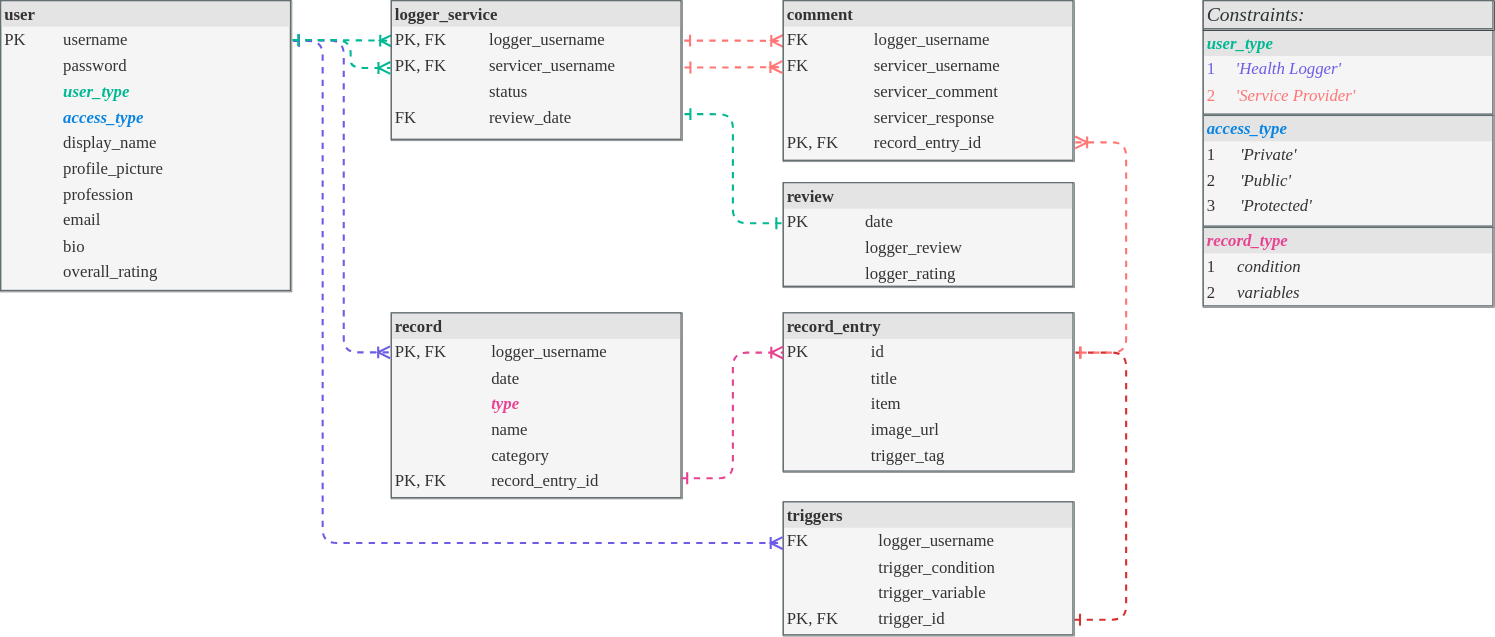
Before: diagrams/database/database_tables_relationships.drawio.svg, a diagram exported from draw.io (mervin-njy/trigg-track-v2). Source tidied: cells renumbered, new cells last; positions are measured from the earlier drawing's top-left corner, leaving out a move shared by most shapes.
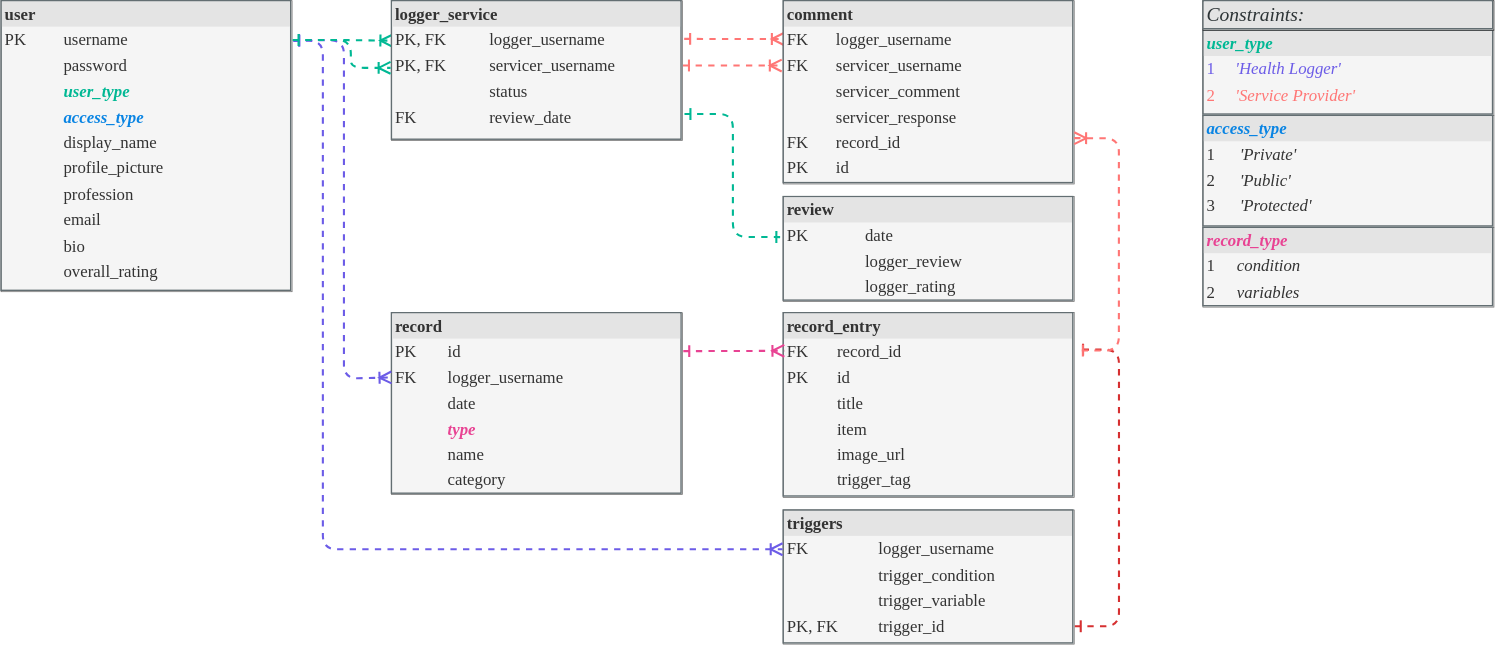
Above is the later version.

Commit message:
update rs table for DELETE CASCADE

Diff of the diagram source:
```diff
@@ -13,61 +13,65 @@
       </mxGeometry>
     </mxCell>
     <mxCell id="4" value="&lt;div style=&quot;box-sizing: border-box ; width: 100% ; background: #e4e4e4 ; padding: 2px&quot;&gt;&lt;b&gt;review&lt;/b&gt;&lt;/div&gt;&lt;table style=&quot;width: 100% ; font-size: 1em&quot; cellpadding=&quot;2&quot; cellspacing=&quot;0&quot;&gt;&lt;tbody&gt;&lt;tr&gt;&lt;td&gt;PK&lt;/td&gt;&lt;td&gt;&lt;br&gt;&lt;/td&gt;&lt;td&gt;&lt;br&gt;&lt;/td&gt;&lt;td&gt;date&lt;/td&gt;&lt;/tr&gt;&lt;tr&gt;&lt;td&gt;&lt;br&gt;&lt;/td&gt;&lt;td&gt;&lt;br&gt;&lt;/td&gt;&lt;td&gt;&lt;br&gt;&lt;/td&gt;&lt;td&gt;logger_review&lt;br&gt;&lt;/td&gt;&lt;/tr&gt;&lt;tr&gt;&lt;td&gt;&lt;/td&gt;&lt;td&gt;&lt;br&gt;&lt;/td&gt;&lt;td&gt;&lt;br&gt;&lt;/td&gt;&lt;td&gt;logger_rating&lt;/td&gt;&lt;/tr&gt;&lt;/tbody&gt;&lt;/table&gt;" style="verticalAlign=top;align=left;overflow=fill;html=1;rounded=0;shadow=0;comic=0;labelBackgroundColor=none;strokeWidth=0.5;fontFamily=Verdana;fontSize=12;fillColor=#f5f5f5;strokeColor=#666666;fontColor=#333333;labelBorderColor=#636e72;" parent="1" vertex="1">
-      <mxGeometry x="559" y="130" width="208" height="75" as="geometry" />
+      <mxGeometry x="559" y="140" width="208" height="75" as="geometry" />
     </mxCell>
     <mxCell id="5" style="edgeStyle=orthogonalEdgeStyle;html=1;dashed=1;labelBackgroundColor=none;startArrow=ERone;endArrow=ERone;fontFamily=Verdana;fontSize=12;align=left;endFill=0;startFill=0;exitX=1.007;exitY=0.81;exitDx=0;exitDy=0;strokeColor=#00b894;strokeWidth=1.5;entryX=-0.003;entryY=0.386;entryDx=0;entryDy=0;entryPerimeter=0;exitPerimeter=0;" parent="1" edge="1" source="10" target="4">
       <mxGeometry relative="1" as="geometry" />
     </mxCell>
-    <mxCell id="6" value="&lt;div style=&quot;box-sizing: border-box ; width: 100% ; background: #e4e4e4 ; padding: 2px&quot;&gt;&lt;b&gt;record&lt;/b&gt;&lt;/div&gt;&lt;table style=&quot;width: 100% ; font-size: 1em&quot; cellpadding=&quot;2&quot; cellspacing=&quot;0&quot;&gt;&lt;tbody&gt;&lt;tr&gt;&lt;td&gt;PK, FK&lt;/td&gt;&lt;td&gt;&amp;nbsp; logger_username&lt;/td&gt;&lt;/tr&gt;&lt;tr&gt;&lt;td&gt;&lt;br&gt;&lt;/td&gt;&lt;td&gt;&amp;nbsp; date&lt;/td&gt;&lt;/tr&gt;&lt;tr&gt;&lt;td&gt;&lt;i&gt;&lt;b&gt;&lt;font color=&quot;#e84393&quot;&gt;&lt;br&gt;&lt;/font&gt;&lt;/b&gt;&lt;/i&gt;&lt;/td&gt;&lt;td&gt;&lt;i&gt;&lt;b&gt;&lt;font color=&quot;#e84393&quot;&gt;&amp;nbsp; type&lt;br&gt;&lt;/font&gt;&lt;/b&gt;&lt;/i&gt;&lt;/td&gt;&lt;/tr&gt;&lt;tr&gt;&lt;td&gt;&lt;br&gt;&lt;/td&gt;&lt;td&gt;&amp;nbsp; name&lt;/td&gt;&lt;/tr&gt;&lt;tr&gt;&lt;td&gt;&lt;br&gt;&lt;/td&gt;&lt;td&gt;&amp;nbsp; category&lt;/td&gt;&lt;/tr&gt;&lt;tr&gt;&lt;td&gt;PK, FK&lt;/td&gt;&lt;td&gt;&amp;nbsp; record_entry_id&lt;/td&gt;&lt;/tr&gt;&lt;/tbody&gt;&lt;/table&gt;" style="verticalAlign=top;align=left;overflow=fill;html=1;rounded=0;shadow=0;comic=0;labelBackgroundColor=none;strokeWidth=0.5;fontFamily=Verdana;fontSize=12;fillColor=#f5f5f5;strokeColor=#666666;fontColor=#333333;labelBorderColor=#636e72;" parent="1" vertex="1">
-      <mxGeometry x="279" y="223" width="208" height="132.9" as="geometry" />
+    <mxCell id="6" value="&lt;div style=&quot;box-sizing: border-box ; width: 100% ; background: #e4e4e4 ; padding: 2px&quot;&gt;&lt;b&gt;record&lt;/b&gt;&lt;/div&gt;&lt;table style=&quot;width: 100% ; font-size: 1em&quot; cellpadding=&quot;2&quot; cellspacing=&quot;0&quot;&gt;&lt;tbody&gt;&lt;tr&gt;&lt;td&gt;PK&lt;/td&gt;&lt;td&gt;id&lt;/td&gt;&lt;/tr&gt;&lt;tr&gt;&lt;td&gt;FK&lt;/td&gt;&lt;td&gt;logger_username&lt;/td&gt;&lt;/tr&gt;&lt;tr&gt;&lt;td&gt;&lt;br&gt;&lt;/td&gt;&lt;td&gt;date&lt;/td&gt;&lt;/tr&gt;&lt;tr&gt;&lt;td&gt;&lt;i&gt;&lt;b&gt;&lt;font color=&quot;#e84393&quot;&gt;&lt;br&gt;&lt;/font&gt;&lt;/b&gt;&lt;/i&gt;&lt;/td&gt;&lt;td&gt;&lt;i&gt;&lt;b&gt;&lt;font color=&quot;#e84393&quot;&gt;type&lt;br&gt;&lt;/font&gt;&lt;/b&gt;&lt;/i&gt;&lt;/td&gt;&lt;/tr&gt;&lt;tr&gt;&lt;td&gt;&lt;br&gt;&lt;/td&gt;&lt;td&gt;name&lt;/td&gt;&lt;/tr&gt;&lt;tr&gt;&lt;td&gt;&lt;br&gt;&lt;/td&gt;&lt;td&gt;category&lt;/td&gt;&lt;/tr&gt;&lt;/tbody&gt;&lt;/table&gt;" style="verticalAlign=top;align=left;overflow=fill;html=1;rounded=0;shadow=0;comic=0;labelBackgroundColor=none;strokeWidth=0.5;fontFamily=Verdana;fontSize=12;fillColor=#f5f5f5;strokeColor=#666666;fontColor=#333333;labelBorderColor=#636e72;" parent="1" vertex="1">
+      <mxGeometry x="279" y="223" width="208" height="130" as="geometry" />
     </mxCell>
-    <mxCell id="7" style="edgeStyle=elbowEdgeStyle;html=1;dashed=1;labelBackgroundColor=none;startArrow=ERone;endArrow=ERone;fontFamily=Verdana;fontSize=12;align=left;endFill=0;startFill=0;strokeColor=#d63031;strokeWidth=1.5;exitX=0.999;exitY=0.878;exitDx=0;exitDy=0;exitPerimeter=0;entryX=1;entryY=0.25;entryDx=0;entryDy=0;" parent="1" edge="1" source="9" target="14">
+    <mxCell id="7" style="edgeStyle=elbowEdgeStyle;html=1;dashed=1;labelBackgroundColor=none;startArrow=ERone;endArrow=ERone;fontFamily=Verdana;fontSize=12;align=left;endFill=0;startFill=0;strokeColor=#d63031;strokeWidth=1.5;entryX=1.01;entryY=0.201;entryDx=0;entryDy=0;entryPerimeter=0;exitX=1.002;exitY=0.867;exitDx=0;exitDy=0;exitPerimeter=0;" parent="1" edge="1" source="9" target="14">
       <mxGeometry relative="1" as="geometry">
         <Array as="points">
-          <mxPoint x="804" y="454" />
+          <mxPoint x="799" y="353" />
         </Array>
       </mxGeometry>
     </mxCell>
-    <mxCell id="8" style="edgeStyle=orthogonalEdgeStyle;html=1;dashed=1;labelBackgroundColor=none;startArrow=ERone;endArrow=ERoneToMany;fontFamily=Verdana;fontSize=12;align=left;endFill=0;startFill=0;strokeColor=#ff7675;strokeWidth=1.5;entryX=0;entryY=0.25;entryDx=0;entryDy=0;exitX=1.006;exitY=0.285;exitDx=0;exitDy=0;exitPerimeter=0;" parent="1" edge="1" source="10" target="13">
+    <mxCell id="8" style="edgeStyle=orthogonalEdgeStyle;html=1;dashed=1;labelBackgroundColor=none;startArrow=ERone;endArrow=ERoneToMany;fontFamily=Verdana;fontSize=12;align=left;endFill=0;startFill=0;strokeColor=#ff7675;strokeWidth=1.5;entryX=0.002;entryY=0.209;entryDx=0;entryDy=0;exitX=1.006;exitY=0.273;exitDx=0;exitDy=0;exitPerimeter=0;entryPerimeter=0;" parent="1" edge="1" source="10" target="13">
       <mxGeometry relative="1" as="geometry" />
     </mxCell>
     <mxCell id="9" value="&lt;div style=&quot;box-sizing: border-box ; width: 100% ; background: #e4e4e4 ; padding: 2px&quot;&gt;&lt;b&gt;triggers&lt;/b&gt;&lt;/div&gt;&lt;table style=&quot;width: 100% ; font-size: 1em&quot; cellpadding=&quot;2&quot; cellspacing=&quot;0&quot;&gt;&lt;tbody&gt;&lt;tr&gt;&lt;td&gt;FK&lt;/td&gt;&lt;td&gt;logger_username&lt;/td&gt;&lt;/tr&gt;&lt;tr&gt;&lt;td&gt;&lt;br&gt;&lt;/td&gt;&lt;td&gt;trigger_condition&lt;/td&gt;&lt;/tr&gt;&lt;tr&gt;&lt;td&gt;&lt;br&gt;&lt;/td&gt;&lt;td&gt;trigger_variable&lt;/td&gt;&lt;/tr&gt;&lt;tr&gt;&lt;td&gt;PK, FK&lt;/td&gt;&lt;td&gt;trigger_id&lt;/td&gt;&lt;/tr&gt;&lt;/tbody&gt;&lt;/table&gt;" style="verticalAlign=top;align=left;overflow=fill;html=1;rounded=0;shadow=0;comic=0;labelBackgroundColor=none;strokeWidth=0.5;fontFamily=Verdana;fontSize=12;fillColor=#f5f5f5;strokeColor=#666666;fontColor=#333333;labelBorderColor=#636e72;" parent="1" vertex="1">
-      <mxGeometry x="559" y="358" width="208" height="95.9" as="geometry" />
+      <mxGeometry x="559" y="364" width="208" height="95.9" as="geometry" />
     </mxCell>
     <mxCell id="10" value="&lt;div style=&quot;box-sizing: border-box ; width: 100% ; background: #e4e4e4 ; padding: 2px&quot;&gt;&lt;b&gt;logger_service&lt;/b&gt;&lt;/div&gt;&lt;table style=&quot;width: 100% ; font-size: 1em&quot; cellpadding=&quot;2&quot; cellspacing=&quot;0&quot;&gt;&lt;tbody&gt;&lt;tr&gt;&lt;td&gt;PK, FK&lt;/td&gt;&lt;td&gt;&amp;nbsp; &amp;nbsp;logger_username&lt;/td&gt;&lt;/tr&gt;&lt;tr&gt;&lt;td&gt;PK, FK&lt;/td&gt;&lt;td&gt;&amp;nbsp; &amp;nbsp;servicer_username&lt;/td&gt;&lt;/tr&gt;&lt;tr&gt;&lt;td&gt;&lt;br&gt;&lt;/td&gt;&lt;td&gt;&amp;nbsp; &amp;nbsp;status&lt;/td&gt;&lt;/tr&gt;&lt;tr&gt;&lt;td&gt;FK&lt;/td&gt;&lt;td&gt;&amp;nbsp; &amp;nbsp;review_date&lt;/td&gt;&lt;/tr&gt;&lt;tr&gt;&lt;td&gt;&lt;br&gt;&lt;/td&gt;&lt;td&gt;&amp;nbsp; &amp;nbsp;&lt;/td&gt;&lt;/tr&gt;&lt;/tbody&gt;&lt;/table&gt;" style="verticalAlign=top;align=left;overflow=fill;html=1;rounded=0;shadow=0;comic=0;labelBackgroundColor=none;strokeWidth=0.5;fontFamily=Verdana;fontSize=12;fillColor=#f5f5f5;strokeColor=#666666;fontColor=#333333;labelBorderColor=#636e72;" parent="1" vertex="1">
       <mxGeometry x="279" width="208" height="100" as="geometry" />
     </mxCell>
-    <mxCell id="11" style="edgeStyle=orthogonalEdgeStyle;html=1;dashed=1;labelBackgroundColor=none;startArrow=ERone;endArrow=ERoneToMany;fontFamily=Verdana;fontSize=12;align=left;endFill=0;startFill=0;strokeColor=#6c5ce7;strokeWidth=1.5;entryX=-0.004;entryY=0.212;entryDx=0;entryDy=0;entryPerimeter=0;exitX=1.004;exitY=0.136;exitDx=0;exitDy=0;exitPerimeter=0;" parent="1" edge="1" source="2" target="6">
+    <mxCell id="11" style="edgeStyle=orthogonalEdgeStyle;html=1;dashed=1;labelBackgroundColor=none;startArrow=ERone;endArrow=ERoneToMany;fontFamily=Verdana;fontSize=12;align=left;endFill=0;startFill=0;strokeColor=#6c5ce7;strokeWidth=1.5;exitX=1.004;exitY=0.136;exitDx=0;exitDy=0;exitPerimeter=0;entryX=0;entryY=0.356;entryDx=0;entryDy=0;entryPerimeter=0;" parent="1" edge="1" source="2" target="6">
       <mxGeometry relative="1" as="geometry">
         <Array as="points">
           <mxPoint x="245" y="28" />
-          <mxPoint x="245" y="251" />
+          <mxPoint x="245" y="270" />
+          <mxPoint x="246" y="270" />
+          <mxPoint x="279" y="269" />
         </Array>
       </mxGeometry>
     </mxCell>
-    <mxCell id="12" style="edgeStyle=orthogonalEdgeStyle;html=1;dashed=1;labelBackgroundColor=none;startArrow=ERone;endArrow=ERoneToMany;fontFamily=Verdana;fontSize=12;align=left;endFill=0;startFill=0;strokeColor=#6c5ce7;strokeWidth=1.5;exitX=1.004;exitY=0.138;exitDx=0;exitDy=0;exitPerimeter=0;entryX=-0.002;entryY=0.307;entryDx=0;entryDy=0;entryPerimeter=0;" parent="1" edge="1" source="2" target="9">
+    <mxCell id="12" style="edgeStyle=orthogonalEdgeStyle;html=1;dashed=1;labelBackgroundColor=none;startArrow=ERone;endArrow=ERoneToMany;fontFamily=Verdana;fontSize=12;align=left;endFill=0;startFill=0;strokeColor=#6c5ce7;strokeWidth=1.5;exitX=1.004;exitY=0.138;exitDx=0;exitDy=0;exitPerimeter=0;entryX=-0.002;entryY=0.289;entryDx=0;entryDy=0;entryPerimeter=0;" parent="1" edge="1" source="2" target="9">
       <mxGeometry relative="1" as="geometry">
         <Array as="points">
           <mxPoint x="230" y="29" />
-          <mxPoint x="230" y="387" />
+          <mxPoint x="230" y="392" />
+          <mxPoint x="559" y="392" />
         </Array>
       </mxGeometry>
     </mxCell>
-    <mxCell id="13" value="&lt;div style=&quot;box-sizing: border-box ; width: 100% ; background: #e4e4e4 ; padding: 2px&quot;&gt;&lt;b&gt;comment&lt;/b&gt;&lt;/div&gt;&lt;table style=&quot;width: 100% ; font-size: 1em&quot; cellpadding=&quot;2&quot; cellspacing=&quot;0&quot;&gt;&lt;tbody&gt;&lt;tr&gt;&lt;td&gt;FK&lt;/td&gt;&lt;td&gt;logger_username&lt;/td&gt;&lt;/tr&gt;&lt;tr&gt;&lt;td&gt;FK&lt;/td&gt;&lt;td&gt;servicer_username&lt;/td&gt;&lt;/tr&gt;&lt;tr&gt;&lt;td&gt;&lt;br&gt;&lt;/td&gt;&lt;td&gt;servicer_comment&lt;/td&gt;&lt;/tr&gt;&lt;tr&gt;&lt;td&gt;&lt;br&gt;&lt;/td&gt;&lt;td&gt;servicer_response&lt;br&gt;&lt;/td&gt;&lt;/tr&gt;&lt;tr&gt;&lt;td&gt;PK, FK&lt;/td&gt;&lt;td&gt;record_entry_id&lt;/td&gt;&lt;/tr&gt;&lt;/tbody&gt;&lt;/table&gt;" style="verticalAlign=top;align=left;overflow=fill;html=1;rounded=0;shadow=0;comic=0;labelBackgroundColor=none;strokeWidth=0.5;fontFamily=Verdana;fontSize=12;fillColor=#f5f5f5;strokeColor=#666666;fontColor=#333333;labelBorderColor=#636e72;" parent="1" vertex="1">
-      <mxGeometry x="559" width="208" height="115" as="geometry" />
+    <mxCell id="13" value="&lt;div style=&quot;box-sizing: border-box ; width: 100% ; background: #e4e4e4 ; padding: 2px&quot;&gt;&lt;b&gt;comment&lt;/b&gt;&lt;/div&gt;&lt;table style=&quot;width: 100% ; font-size: 1em&quot; cellpadding=&quot;2&quot; cellspacing=&quot;0&quot;&gt;&lt;tbody&gt;&lt;tr&gt;&lt;td&gt;FK&lt;/td&gt;&lt;td&gt;logger_username&lt;/td&gt;&lt;/tr&gt;&lt;tr&gt;&lt;td&gt;FK&lt;/td&gt;&lt;td&gt;servicer_username&lt;/td&gt;&lt;/tr&gt;&lt;tr&gt;&lt;td&gt;&lt;br&gt;&lt;/td&gt;&lt;td&gt;servicer_comment&lt;/td&gt;&lt;/tr&gt;&lt;tr&gt;&lt;td&gt;&lt;br&gt;&lt;/td&gt;&lt;td&gt;servicer_response&lt;br&gt;&lt;/td&gt;&lt;/tr&gt;&lt;tr&gt;&lt;td&gt;FK&lt;/td&gt;&lt;td&gt;record_id&lt;/td&gt;&lt;/tr&gt;&lt;tr&gt;&lt;td&gt;PK&lt;/td&gt;&lt;td&gt;id&lt;/td&gt;&lt;/tr&gt;&lt;/tbody&gt;&lt;/table&gt;" style="verticalAlign=top;align=left;overflow=fill;html=1;rounded=0;shadow=0;comic=0;labelBackgroundColor=none;strokeWidth=0.5;fontFamily=Verdana;fontSize=12;fillColor=#f5f5f5;strokeColor=#666666;fontColor=#333333;labelBorderColor=#636e72;" parent="1" vertex="1">
+      <mxGeometry x="559" width="208" height="131" as="geometry" />
     </mxCell>
-    <mxCell id="14" value="&lt;div style=&quot;box-sizing: border-box ; width: 100% ; background: #e4e4e4 ; padding: 2px&quot;&gt;&lt;b&gt;record_entry&lt;/b&gt;&lt;/div&gt;&lt;table style=&quot;width: 100% ; font-size: 1em&quot; cellpadding=&quot;2&quot; cellspacing=&quot;0&quot;&gt;&lt;tbody&gt;&lt;tr&gt;&lt;td&gt;PK&lt;/td&gt;&lt;td&gt;&lt;br&gt;&lt;/td&gt;&lt;td&gt;id&lt;/td&gt;&lt;/tr&gt;&lt;tr&gt;&lt;td&gt;&lt;br&gt;&lt;/td&gt;&lt;td&gt;&lt;br&gt;&lt;/td&gt;&lt;td&gt;title&lt;/td&gt;&lt;/tr&gt;&lt;tr&gt;&lt;td&gt;&lt;br&gt;&lt;/td&gt;&lt;td&gt;&lt;br&gt;&lt;/td&gt;&lt;td&gt;item&lt;br&gt;&lt;/td&gt;&lt;/tr&gt;&lt;tr&gt;&lt;td&gt;&lt;/td&gt;&lt;td&gt;&lt;br&gt;&lt;/td&gt;&lt;td&gt;image_url&lt;/td&gt;&lt;/tr&gt;&lt;tr&gt;&lt;td&gt;&lt;br&gt;&lt;/td&gt;&lt;td&gt;&lt;br&gt;&lt;/td&gt;&lt;td&gt;trigger_tag&lt;/td&gt;&lt;/tr&gt;&lt;/tbody&gt;&lt;/table&gt;" style="verticalAlign=top;align=left;overflow=fill;html=1;rounded=0;shadow=0;comic=0;labelBackgroundColor=none;strokeWidth=0.5;fontFamily=Verdana;fontSize=12;fillColor=#f5f5f5;strokeColor=#666666;fontColor=#333333;labelBorderColor=#636e72;" parent="1" vertex="1">
-      <mxGeometry x="559" y="222.9" width="208" height="114" as="geometry" />
+    <mxCell id="14" value="&lt;div style=&quot;box-sizing: border-box ; width: 100% ; background: #e4e4e4 ; padding: 2px&quot;&gt;&lt;b&gt;record_entry&lt;/b&gt;&lt;/div&gt;&lt;table style=&quot;width: 100% ; font-size: 1em&quot; cellpadding=&quot;2&quot; cellspacing=&quot;0&quot;&gt;&lt;tbody&gt;&lt;tr&gt;&lt;td&gt;FK&lt;/td&gt;&lt;td&gt;record_id&lt;/td&gt;&lt;/tr&gt;&lt;tr&gt;&lt;td&gt;PK&lt;/td&gt;&lt;td&gt;id&lt;/td&gt;&lt;/tr&gt;&lt;tr&gt;&lt;td&gt;&lt;br&gt;&lt;/td&gt;&lt;td&gt;title&lt;/td&gt;&lt;/tr&gt;&lt;tr&gt;&lt;td&gt;&lt;br&gt;&lt;/td&gt;&lt;td&gt;item&lt;br&gt;&lt;/td&gt;&lt;/tr&gt;&lt;tr&gt;&lt;td&gt;&lt;/td&gt;&lt;td&gt;image_url&amp;nbsp; &amp;nbsp; &amp;nbsp; &amp;nbsp; &amp;nbsp; &amp;nbsp; &amp;nbsp;&lt;/td&gt;&lt;/tr&gt;&lt;tr&gt;&lt;td&gt;&lt;br&gt;&lt;/td&gt;&lt;td&gt;trigger_tag&lt;/td&gt;&lt;/tr&gt;&lt;/tbody&gt;&lt;/table&gt;" style="verticalAlign=top;align=left;overflow=fill;html=1;rounded=0;shadow=0;comic=0;labelBackgroundColor=none;strokeWidth=0.5;fontFamily=Verdana;fontSize=12;fillColor=#f5f5f5;strokeColor=#666666;fontColor=#333333;labelBorderColor=#636e72;" parent="1" vertex="1">
+      <mxGeometry x="559" y="222.9" width="208" height="132.1" as="geometry" />
     </mxCell>
-    <mxCell id="15" style="edgeStyle=orthogonalEdgeStyle;html=1;dashed=1;labelBackgroundColor=none;startArrow=ERoneToMany;endArrow=ERone;fontFamily=Verdana;fontSize=12;align=left;endFill=0;startFill=0;strokeColor=#FF7675;strokeWidth=1.5;exitX=1.003;exitY=0.88;exitDx=0;exitDy=0;exitPerimeter=0;entryX=1;entryY=0.25;entryDx=0;entryDy=0;" parent="1" edge="1" source="13" target="14">
+    <mxCell id="15" style="edgeStyle=orthogonalEdgeStyle;html=1;dashed=1;labelBackgroundColor=none;startArrow=ERoneToMany;endArrow=ERone;fontFamily=Verdana;fontSize=12;align=left;endFill=0;startFill=0;strokeColor=#FF7675;strokeWidth=1.5;exitX=1;exitY=0.75;exitDx=0;exitDy=0;entryX=1.009;entryY=0.203;entryDx=0;entryDy=0;entryPerimeter=0;" parent="1" edge="1" source="13" target="14">
       <mxGeometry relative="1" as="geometry">
         <Array as="points">
-          <mxPoint x="804" y="101" />
-          <mxPoint x="804" y="251" />
+          <mxPoint x="799" y="98" />
+          <mxPoint x="799" y="250" />
+          <mxPoint x="769" y="250" />
         </Array>
       </mxGeometry>
     </mxCell>
-    <mxCell id="16" style="edgeStyle=orthogonalEdgeStyle;html=1;dashed=1;labelBackgroundColor=none;startArrow=ERone;endArrow=ERoneToMany;fontFamily=Verdana;fontSize=12;align=left;endFill=0;startFill=0;strokeColor=#E84393;strokeWidth=1.5;exitX=0.996;exitY=0.889;exitDx=0;exitDy=0;exitPerimeter=0;entryX=0;entryY=0.25;entryDx=0;entryDy=0;" parent="1" edge="1" source="6" target="14">
+    <mxCell id="16" style="edgeStyle=orthogonalEdgeStyle;html=1;dashed=1;labelBackgroundColor=none;startArrow=ERone;endArrow=ERoneToMany;fontFamily=Verdana;fontSize=12;align=left;endFill=0;startFill=0;strokeColor=#E84393;strokeWidth=1.5;exitX=1.003;exitY=0.211;exitDx=0;exitDy=0;exitPerimeter=0;entryX=0.004;entryY=0.207;entryDx=0;entryDy=0;entryPerimeter=0;" parent="1" edge="1" source="6" target="14">
       <mxGeometry relative="1" as="geometry" />
     </mxCell>
     <mxCell id="17" value="&lt;div style=&quot;box-sizing: border-box ; width: 100% ; background: #e4e4e4 ; padding: 2px&quot;&gt;&lt;font color=&quot;#00b894&quot;&gt;&lt;b&gt;&lt;i&gt;user_type&lt;/i&gt;&lt;/b&gt;&lt;/font&gt;&lt;/div&gt;&lt;table style=&quot;width: 100% ; font-size: 1em&quot; cellpadding=&quot;2&quot; cellspacing=&quot;0&quot;&gt;&lt;tbody&gt;&lt;tr&gt;&lt;td&gt;&lt;font color=&quot;#6c5ce7&quot;&gt;1&lt;/font&gt;&lt;/td&gt;&lt;td&gt;&lt;i&gt;&lt;font color=&quot;#6c5ce7&quot;&gt;'Health Logger'&lt;/font&gt;&lt;/i&gt;&lt;/td&gt;&lt;/tr&gt;&lt;tr&gt;&lt;td&gt;&lt;font color=&quot;#ff7675&quot;&gt;2&lt;/font&gt;&lt;/td&gt;&lt;td&gt;&lt;i&gt;&lt;font color=&quot;#ff7675&quot;&gt;'Service Provider'&lt;/font&gt;&lt;/i&gt;&lt;/td&gt;&lt;/tr&gt;&lt;/tbody&gt;&lt;/table&gt;" style="verticalAlign=top;align=left;overflow=fill;html=1;rounded=0;shadow=0;comic=0;labelBackgroundColor=none;strokeWidth=0.5;fontFamily=Verdana;fontSize=12;fillColor=#f5f5f5;strokeColor=#666666;fontColor=#333333;glass=0;noLabel=0;labelPadding=0;strokeOpacity=100;perimeterSpacing=0;spacingTop=0;spacing=2;spacingLeft=0;labelBorderColor=#636e72;" parent="1" vertex="1">
@@ -82,7 +86,7 @@
     <mxCell id="20" value="&lt;div style=&quot;box-sizing: border-box ; width: 100% ; background: #e4e4e4 ; padding: 2px&quot;&gt;&lt;font size=&quot;1&quot; style=&quot;&quot; color=&quot;#2d3436&quot;&gt;&lt;span style=&quot;font-size: 14px;&quot;&gt;&lt;i&gt;Constraints:&lt;/i&gt;&lt;/span&gt;&lt;/font&gt;&lt;table style=&quot;width: 100% ; font-size: 1em&quot; cellpadding=&quot;2&quot; cellspacing=&quot;0&quot;&gt;&lt;/table&gt;&lt;/div&gt;" style="verticalAlign=top;align=left;overflow=fill;html=1;rounded=0;shadow=0;comic=0;labelBackgroundColor=none;strokeWidth=0.5;fontFamily=Verdana;fontSize=12;fillColor=default;strokeColor=default;fontColor=#333333;glass=0;noLabel=0;labelPadding=0;strokeOpacity=100;perimeterSpacing=0;spacingTop=0;spacing=2;spacingLeft=0;labelBorderColor=#636e72;" parent="1" vertex="1">
       <mxGeometry x="859" width="208" height="21" as="geometry" />
     </mxCell>
-    <mxCell id="21" style="edgeStyle=orthogonalEdgeStyle;html=1;dashed=1;labelBackgroundColor=none;startArrow=ERone;endArrow=ERoneToMany;fontFamily=Verdana;fontSize=12;align=left;endFill=0;startFill=0;strokeColor=#ff7675;strokeWidth=1.5;entryX=-0.003;entryY=0.412;entryDx=0;entryDy=0;entryPerimeter=0;exitX=1.007;exitY=0.477;exitDx=0;exitDy=0;exitPerimeter=0;" parent="1" edge="1" source="10" target="13">
+    <mxCell id="21" style="edgeStyle=orthogonalEdgeStyle;html=1;dashed=1;labelBackgroundColor=none;startArrow=ERone;endArrow=ERoneToMany;fontFamily=Verdana;fontSize=12;align=left;endFill=0;startFill=0;strokeColor=#ff7675;strokeWidth=1.5;entryX=-0.005;entryY=0.354;entryDx=0;entryDy=0;entryPerimeter=0;exitX=1.002;exitY=0.463;exitDx=0;exitDy=0;exitPerimeter=0;" parent="1" edge="1" source="10" target="13">
       <mxGeometry relative="1" as="geometry" />
     </mxCell>
     <mxCell id="22" style="edgeStyle=orthogonalEdgeStyle;html=1;dashed=1;labelBackgroundColor=none;startArrow=ERone;endArrow=ERoneToMany;fontFamily=Verdana;fontSize=12;align=left;endFill=0;startFill=0;strokeColor=#00B894;strokeWidth=1.5;exitX=1.002;exitY=0.135;exitDx=0;exitDy=0;exitPerimeter=0;entryX=-0.003;entryY=0.48;entryDx=0;entryDy=0;entryPerimeter=0;" parent="1" edge="1" source="2" target="10">
```
